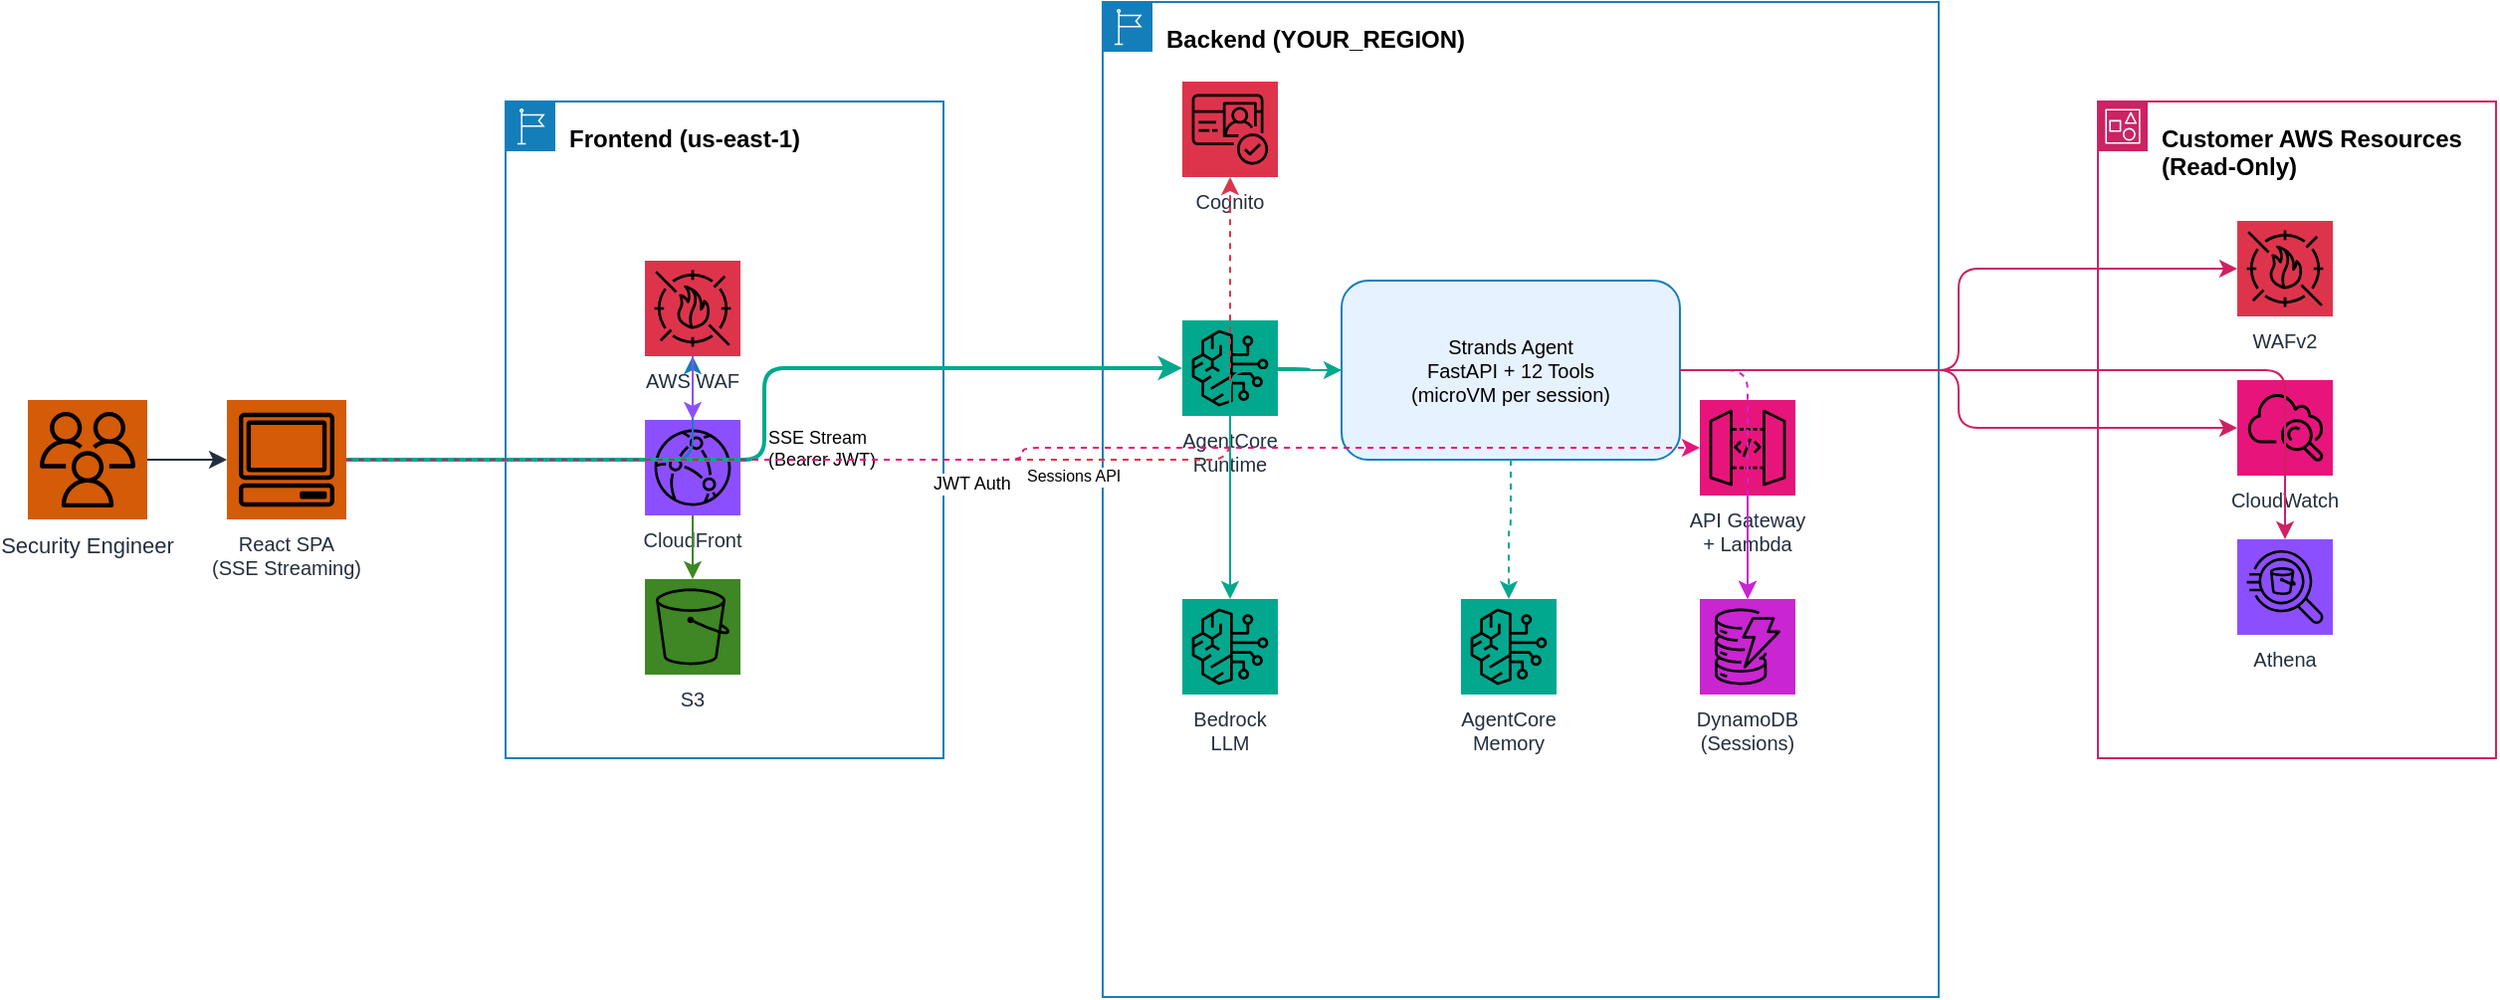
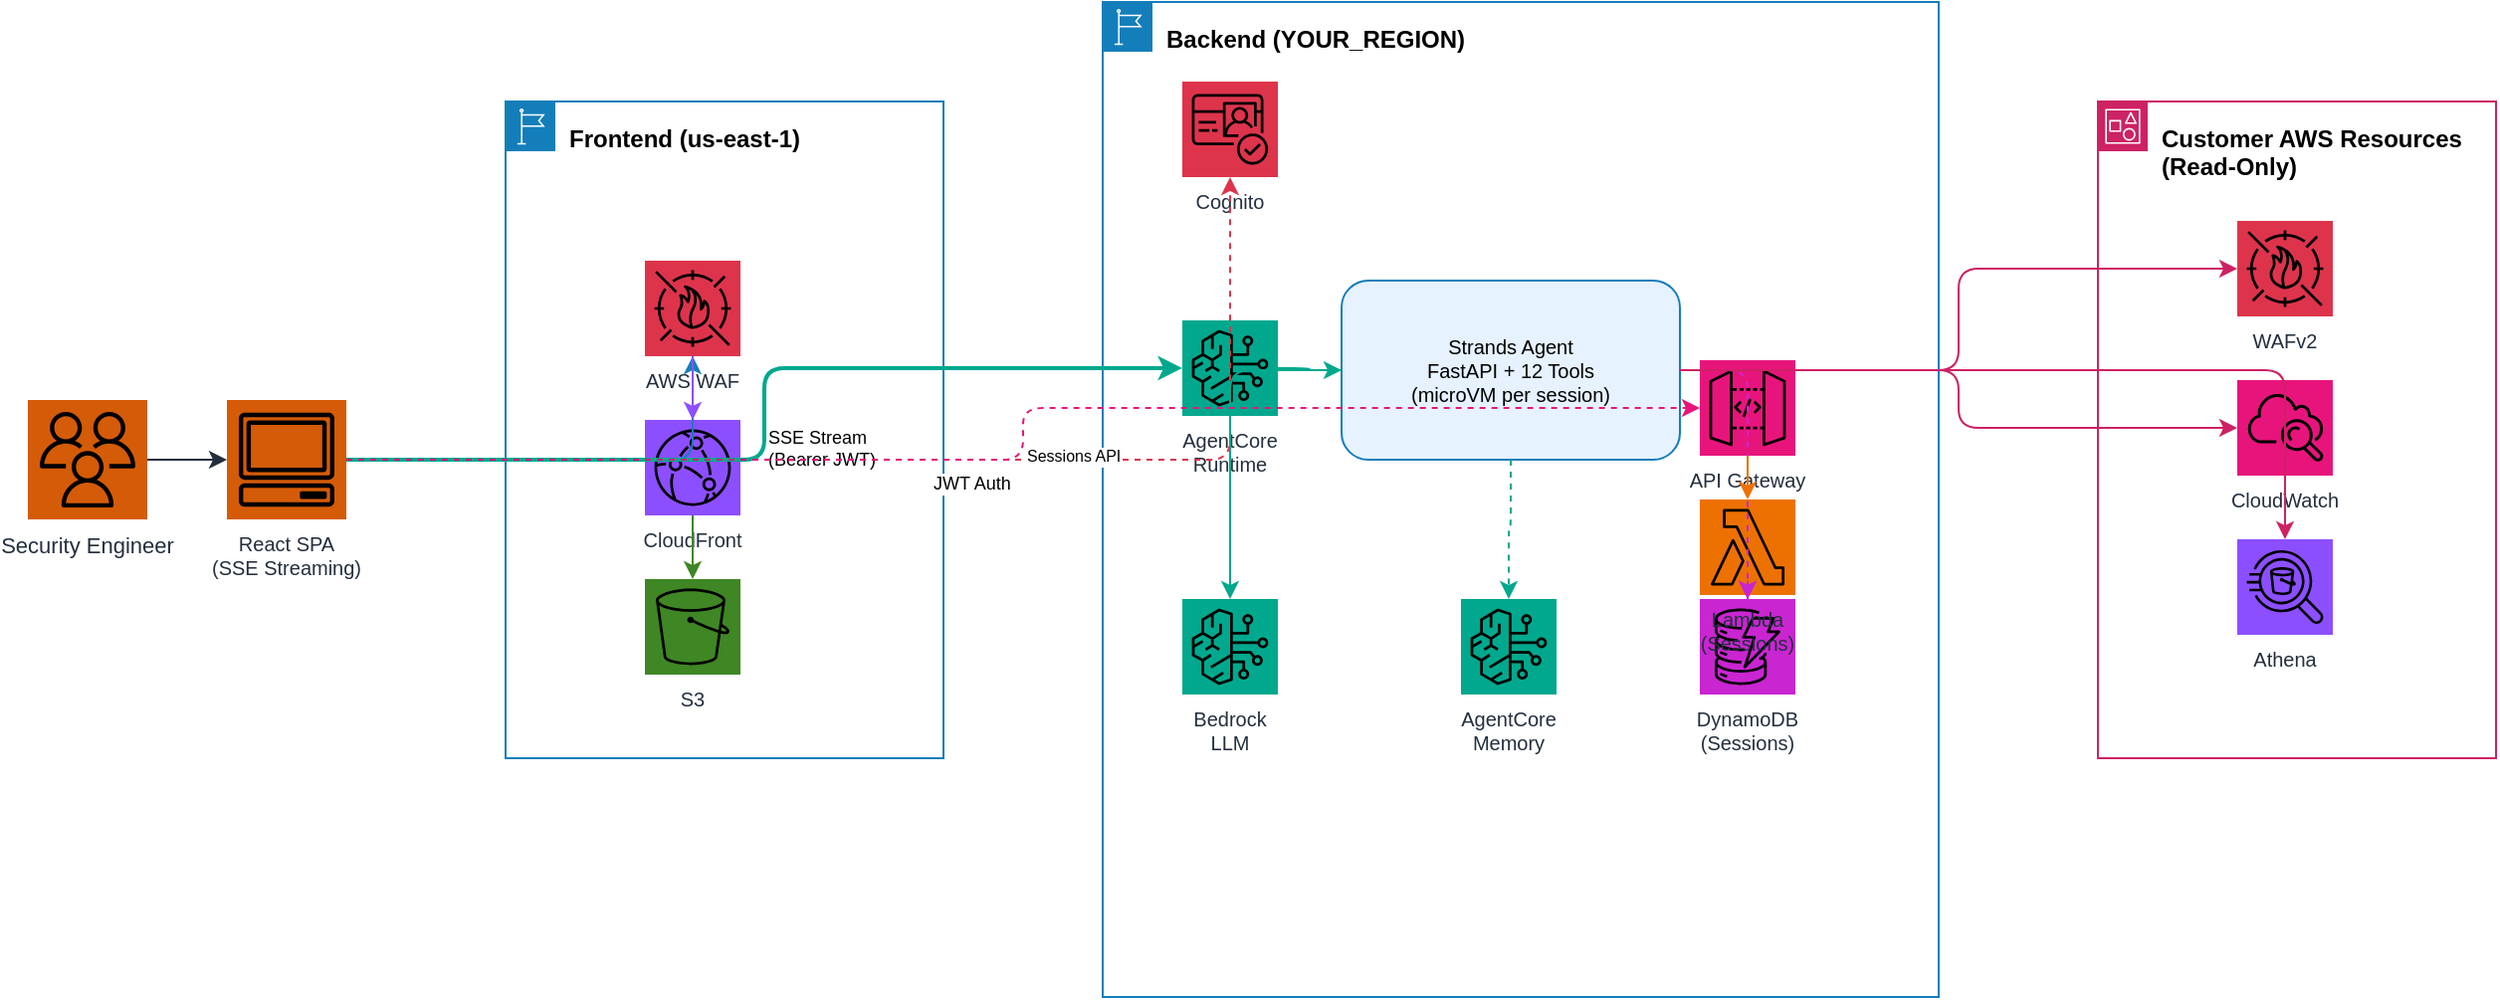
<mxfile host="app.diagrams.net" agent="WAF Agent">
  <diagram name="Architecture" id="arch-1">
    <mxGraphModel dx="2162" dy="1188" grid="1" gridSize="10" guides="1" tooltips="1" connect="1" arrows="1" fold="1" page="1" pageScale="1" pageWidth="1600" pageHeight="1000" math="0" shadow="0">
      <root>
        <mxCell id="0" />
        <mxCell id="1" parent="0" />
        <mxCell id="user" parent="1" style="outlineConnect=0;fontColor=#232F3E;gradientColor=none;strokeColor=none;fillColor=#D45B07;fontColor=#232F3E;align=center;strokeWidth=1;fontSize=11;fontStyle=0;shape=mxgraph.aws4.resourceIcon;resIcon=mxgraph.aws4.users;labelPosition=center;verticalLabelPosition=bottom;verticalAlign=top" value="Security Engineer" vertex="1">
          <mxGeometry height="60" width="60" x="80" y="400" as="geometry" />
        </mxCell>
        <mxCell id="browser" parent="1" style="outlineConnect=0;fontColor=#232F3E;gradientColor=none;strokeColor=none;fillColor=#D45B07;fontColor=#232F3E;align=center;strokeWidth=1;fontSize=10;fontStyle=0;shape=mxgraph.aws4.resourceIcon;resIcon=mxgraph.aws4.client;labelPosition=center;verticalLabelPosition=bottom;verticalAlign=top" value="React SPA&#xa;(SSE Streaming)" vertex="1">
          <mxGeometry height="60" width="60" x="180" y="400" as="geometry" />
        </mxCell>
        <mxCell id="fe-group" parent="1" style="points=[[0,0],[0.25,0],[0.5,0],[0.75,0],[1,0],[1,0.25],[1,0.5],[1,0.75],[1,1],[0.75,1],[0.5,1],[0.25,1],[0,1],[0,0.75],[0,0.5],[0,0.25]];outlineConnect=0;gradientColor=none;html=1;whiteSpace=wrap;fontSize=12;fontStyle=1;shape=mxgraph.aws4.group;grIcon=mxgraph.aws4.group_region;strokeColor=#147EBA;fillColor=none;verticalAlign=top;align=left;spacingLeft=30;spacingTop=5;dashed=0;" value="Frontend (us-east-1)" vertex="1">
          <mxGeometry height="330" width="220" x="320" y="250" as="geometry" />
        </mxCell>
        <mxCell id="waf-fe" parent="1" style="outlineConnect=0;fontColor=#232F3E;gradientColor=none;strokeColor=none;fillColor=#DD344C;align=center;strokeWidth=1;fontSize=10;fontStyle=0;shape=mxgraph.aws4.resourceIcon;resIcon=mxgraph.aws4.waf;verticalLabelPosition=bottom;verticalAlign=top" value="AWS WAF" vertex="1">
          <mxGeometry height="48" width="48" x="390" y="330" as="geometry" />
        </mxCell>
        <mxCell id="cf" parent="1" style="outlineConnect=0;fontColor=#232F3E;gradientColor=none;strokeColor=none;fillColor=#8C4FFF;align=center;strokeWidth=1;fontSize=10;fontStyle=0;shape=mxgraph.aws4.resourceIcon;resIcon=mxgraph.aws4.cloudfront;verticalLabelPosition=bottom;verticalAlign=top" value="CloudFront" vertex="1">
          <mxGeometry height="48" width="48" x="390" y="410" as="geometry" />
        </mxCell>
        <mxCell id="s3" parent="1" style="outlineConnect=0;fontColor=#232F3E;gradientColor=none;strokeColor=none;fillColor=#3F8624;align=center;strokeWidth=1;fontSize=10;fontStyle=0;shape=mxgraph.aws4.resourceIcon;resIcon=mxgraph.aws4.s3;verticalLabelPosition=bottom;verticalAlign=top" value="S3" vertex="1">
          <mxGeometry height="48" width="48" x="390" y="490" as="geometry" />
        </mxCell>
        <mxCell id="be-group" parent="1" style="points=[[0,0],[0.25,0],[0.5,0],[0.75,0],[1,0],[1,0.25],[1,0.5],[1,0.75],[1,1],[0.75,1],[0.5,1],[0.25,1],[0,1],[0,0.75],[0,0.5],[0,0.25]];outlineConnect=0;gradientColor=none;html=1;whiteSpace=wrap;fontSize=12;fontStyle=1;shape=mxgraph.aws4.group;grIcon=mxgraph.aws4.group_region;strokeColor=#147EBA;fillColor=none;verticalAlign=top;align=left;spacingLeft=30;spacingTop=5;dashed=0;" value="Backend (YOUR_REGION)" vertex="1">
          <mxGeometry height="500" width="420" x="620" y="200" as="geometry" />
        </mxCell>
        <mxCell id="cognito" parent="1" style="outlineConnect=0;fontColor=#232F3E;gradientColor=none;strokeColor=none;fillColor=#DD344C;align=center;strokeWidth=1;fontSize=10;fontStyle=0;shape=mxgraph.aws4.resourceIcon;resIcon=mxgraph.aws4.cognito;verticalLabelPosition=bottom;verticalAlign=top" value="Cognito" vertex="1">
          <mxGeometry height="48" width="48" x="660" y="240" as="geometry" />
        </mxCell>
        <mxCell id="ac" parent="1" style="outlineConnect=0;fontColor=#232F3E;gradientColor=none;strokeColor=none;fillColor=#01A88D;align=center;strokeWidth=1;fontSize=10;fontStyle=0;shape=mxgraph.aws4.resourceIcon;resIcon=mxgraph.aws4.bedrock;verticalLabelPosition=bottom;verticalAlign=top" value="AgentCore&#xa;Runtime" vertex="1">
          <mxGeometry height="48" width="48" x="660" y="360" as="geometry" />
        </mxCell>
        <mxCell id="agent-box" parent="1" style="rounded=1;whiteSpace=wrap;html=1;fillColor=#E6F2FF;strokeColor=#147EBA;fontSize=10;verticalAlign=middle;" value="Strands Agent&#xa;FastAPI + 12 Tools&#xa;(microVM per session)" vertex="1">
          <mxGeometry height="90" width="170" x="740" y="340" as="geometry" />
        </mxCell>
        <mxCell id="bedrock" parent="1" style="outlineConnect=0;fontColor=#232F3E;gradientColor=none;strokeColor=none;fillColor=#01A88D;align=center;strokeWidth=1;fontSize=10;fontStyle=0;shape=mxgraph.aws4.resourceIcon;resIcon=mxgraph.aws4.bedrock;verticalLabelPosition=bottom;verticalAlign=top" value="Bedrock&#xa;LLM" vertex="1">
          <mxGeometry height="48" width="48" x="660" y="500" as="geometry" />
        </mxCell>
        <mxCell id="memory" parent="1" style="outlineConnect=0;fontColor=#232F3E;gradientColor=none;strokeColor=none;fillColor=#01A88D;align=center;strokeWidth=1;fontSize=10;fontStyle=0;shape=mxgraph.aws4.resourceIcon;resIcon=mxgraph.aws4.bedrock;verticalLabelPosition=bottom;verticalAlign=top" value="AgentCore&#xa;Memory" vertex="1">
          <mxGeometry height="48" width="48" x="800" y="500" as="geometry" />
        </mxCell>
        <mxCell id="ddb" parent="1" style="outlineConnect=0;fontColor=#232F3E;gradientColor=none;strokeColor=none;fillColor=#C925D1;align=center;strokeWidth=1;fontSize=10;fontStyle=0;shape=mxgraph.aws4.resourceIcon;resIcon=mxgraph.aws4.dynamodb;verticalLabelPosition=bottom;verticalAlign=top" value="DynamoDB&#xa;(Sessions)" vertex="1">
          <mxGeometry height="48" width="48" x="920" y="500" as="geometry" />
        </mxCell>
-         <mxCell id="apigw" parent="1" style="outlineConnect=0;fontColor=#232F3E;gradientColor=none;strokeColor=none;fillColor=#E7157B;align=center;strokeWidth=1;fontSize=10;fontStyle=0;shape=mxgraph.aws4.resourceIcon;resIcon=mxgraph.aws4.api_gateway;verticalLabelPosition=bottom;verticalAlign=top" value="API Gateway&#xa;+ Lambda" vertex="1">
-           <mxGeometry height="48" width="48" x="920" y="400" as="geometry" />
+         <mxCell id="apigw" parent="1" style="outlineConnect=0;fontColor=#232F3E;gradientColor=none;strokeColor=none;fillColor=#E7157B;align=center;strokeWidth=1;fontSize=10;fontStyle=0;shape=mxgraph.aws4.resourceIcon;resIcon=mxgraph.aws4.api_gateway;verticalLabelPosition=bottom;verticalAlign=top" value="API Gateway" vertex="1">
+           <mxGeometry height="48" width="48" x="920" y="380" as="geometry" />
+         </mxCell>
+         <mxCell id="lambda" parent="1" style="outlineConnect=0;fontColor=#232F3E;gradientColor=none;strokeColor=none;fillColor=#ED7100;align=center;strokeWidth=1;fontSize=10;fontStyle=0;shape=mxgraph.aws4.resourceIcon;resIcon=mxgraph.aws4.lambda;verticalLabelPosition=bottom;verticalAlign=top" value="Lambda&#xa;(Sessions)" vertex="1">
+           <mxGeometry height="48" width="48" x="920" y="450" as="geometry" />
        </mxCell>
        <mxCell id="aws-group" parent="1" style="points=[[0,0],[0.25,0],[0.5,0],[0.75,0],[1,0],[1,0.25],[1,0.5],[1,0.75],[1,1],[0.75,1],[0.5,1],[0.25,1],[0,1],[0,0.75],[0,0.5],[0,0.25]];outlineConnect=0;gradientColor=none;html=1;whiteSpace=wrap;fontSize=12;fontStyle=1;shape=mxgraph.aws4.group;grIcon=mxgraph.aws4.group_account;strokeColor=#CD2264;fillColor=none;verticalAlign=top;align=left;spacingLeft=30;spacingTop=5;dashed=0;" value="Customer AWS Resources (Read-Only)" vertex="1">
          <mxGeometry height="330" width="200" x="1120" y="250" as="geometry" />
        </mxCell>
        <mxCell id="wafv2" parent="1" style="outlineConnect=0;fontColor=#232F3E;gradientColor=none;strokeColor=none;fillColor=#DD344C;align=center;strokeWidth=1;fontSize=10;fontStyle=0;shape=mxgraph.aws4.resourceIcon;resIcon=mxgraph.aws4.waf;verticalLabelPosition=bottom;verticalAlign=top" value="WAFv2" vertex="1">
          <mxGeometry height="48" width="48" x="1190" y="310" as="geometry" />
        </mxCell>
        <mxCell id="cw" parent="1" style="outlineConnect=0;fontColor=#232F3E;gradientColor=none;strokeColor=none;fillColor=#E7157B;align=center;strokeWidth=1;fontSize=10;fontStyle=0;shape=mxgraph.aws4.resourceIcon;resIcon=mxgraph.aws4.cloudwatch;verticalLabelPosition=bottom;verticalAlign=top" value="CloudWatch" vertex="1">
          <mxGeometry height="48" width="48" x="1190" y="390" as="geometry" />
        </mxCell>
        <mxCell id="athena" parent="1" style="outlineConnect=0;fontColor=#232F3E;gradientColor=none;strokeColor=none;fillColor=#8C4FFF;align=center;strokeWidth=1;fontSize=10;fontStyle=0;shape=mxgraph.aws4.resourceIcon;resIcon=mxgraph.aws4.athena;verticalLabelPosition=bottom;verticalAlign=top" value="Athena" vertex="1">
          <mxGeometry height="48" width="48" x="1190" y="470" as="geometry" />
        </mxCell>
        <mxCell id="e0" edge="1" parent="1" source="user" style="edgeStyle=orthogonalEdgeStyle;rounded=1;strokeColor=#232F3E;" target="browser">
          <mxGeometry relative="1" as="geometry" />
        </mxCell>
        <mxCell id="e1" edge="1" parent="1" source="browser" style="edgeStyle=orthogonalEdgeStyle;rounded=1;strokeColor=#147EBA;" target="waf-fe">
          <mxGeometry relative="1" as="geometry" />
        </mxCell>
        <mxCell id="e2" edge="1" parent="1" source="waf-fe" style="edgeStyle=orthogonalEdgeStyle;rounded=1;strokeColor=#8C4FFF;" target="cf">
          <mxGeometry relative="1" as="geometry" />
        </mxCell>
        <mxCell id="e3" edge="1" parent="1" source="cf" style="edgeStyle=orthogonalEdgeStyle;rounded=1;strokeColor=#3F8624;" target="s3">
          <mxGeometry relative="1" as="geometry" />
        </mxCell>
        <mxCell id="e4" edge="1" parent="1" source="browser" style="edgeStyle=orthogonalEdgeStyle;rounded=1;strokeColor=#DD344C;dashed=1;" target="cognito">
          <mxGeometry relative="1" as="geometry" />
        </mxCell>
        <mxCell id="e4-label" connectable="0" parent="e4" style="edgeLabel;html=1;fontSize=9;fillColor=none;" value="JWT Auth" vertex="1">
          <mxGeometry relative="1" as="geometry">
            <mxPoint as="offset" />
          </mxGeometry>
        </mxCell>
        <mxCell id="e5" edge="1" parent="1" source="browser" style="edgeStyle=orthogonalEdgeStyle;rounded=1;strokeColor=#01A88D;strokeWidth=2;" target="ac">
          <mxGeometry relative="1" as="geometry" />
        </mxCell>
        <mxCell id="e5-label" connectable="0" parent="e5" style="edgeLabel;html=1;fontSize=9;fillColor=none;" value="SSE Stream&#xa;(Bearer JWT)" vertex="1">
          <mxGeometry relative="1" as="geometry">
            <mxPoint as="offset" />
          </mxGeometry>
        </mxCell>
        <mxCell id="e6" edge="1" parent="1" source="ac" style="edgeStyle=orthogonalEdgeStyle;rounded=1;strokeColor=#01A88D;" target="agent-box">
          <mxGeometry relative="1" as="geometry" />
        </mxCell>
        <mxCell id="e7" edge="1" parent="1" source="agent-box" style="edgeStyle=orthogonalEdgeStyle;rounded=1;strokeColor=#01A88D;" target="bedrock">
          <mxGeometry relative="1" as="geometry" />
        </mxCell>
        <mxCell id="e8" edge="1" parent="1" source="agent-box" style="edgeStyle=orthogonalEdgeStyle;rounded=1;strokeColor=#01A88D;dashed=1;" target="memory">
          <mxGeometry relative="1" as="geometry" />
        </mxCell>
        <mxCell id="e8b" edge="1" parent="1" source="agent-box" style="edgeStyle=orthogonalEdgeStyle;rounded=1;strokeColor=#C925D1;dashed=1;" target="ddb">
          <mxGeometry relative="1" as="geometry" />
        </mxCell>
        <mxCell id="e8c" edge="1" parent="1" source="browser" style="edgeStyle=orthogonalEdgeStyle;rounded=1;strokeColor=#E7157B;dashed=1;" target="apigw">
          <mxGeometry relative="1" as="geometry" />
        </mxCell>
        <mxCell id="e8c-label" connectable="0" parent="e8c" style="edgeLabel;html=1;fontSize=8;fillColor=none;" value="Sessions API" vertex="1">
          <mxGeometry relative="1" as="geometry"><mxPoint as="offset" /></mxGeometry>
        </mxCell>
-         <mxCell id="e8d" edge="1" parent="1" source="apigw" style="edgeStyle=orthogonalEdgeStyle;rounded=1;strokeColor=#C925D1;" target="ddb">
+         <mxCell id="e8d" edge="1" parent="1" source="apigw" style="edgeStyle=orthogonalEdgeStyle;rounded=1;strokeColor=#ED7100;" target="lambda">
+           <mxGeometry relative="1" as="geometry" />
+         </mxCell>
+         <mxCell id="e8e" edge="1" parent="1" source="lambda" style="edgeStyle=orthogonalEdgeStyle;rounded=1;strokeColor=#C925D1;" target="ddb">
          <mxGeometry relative="1" as="geometry" />
        </mxCell>
        <mxCell id="e9" edge="1" parent="1" source="agent-box" style="edgeStyle=orthogonalEdgeStyle;rounded=1;strokeColor=#CD2264;" target="wafv2">
          <mxGeometry relative="1" as="geometry" />
        </mxCell>
        <mxCell id="e10" edge="1" parent="1" source="agent-box" style="edgeStyle=orthogonalEdgeStyle;rounded=1;strokeColor=#CD2264;" target="cw">
          <mxGeometry relative="1" as="geometry" />
        </mxCell>
        <mxCell id="e11" edge="1" parent="1" source="agent-box" style="edgeStyle=orthogonalEdgeStyle;rounded=1;strokeColor=#CD2264;" target="athena">
          <mxGeometry relative="1" as="geometry" />
        </mxCell>
      </root>
    </mxGraphModel>
  </diagram>
</mxfile>
